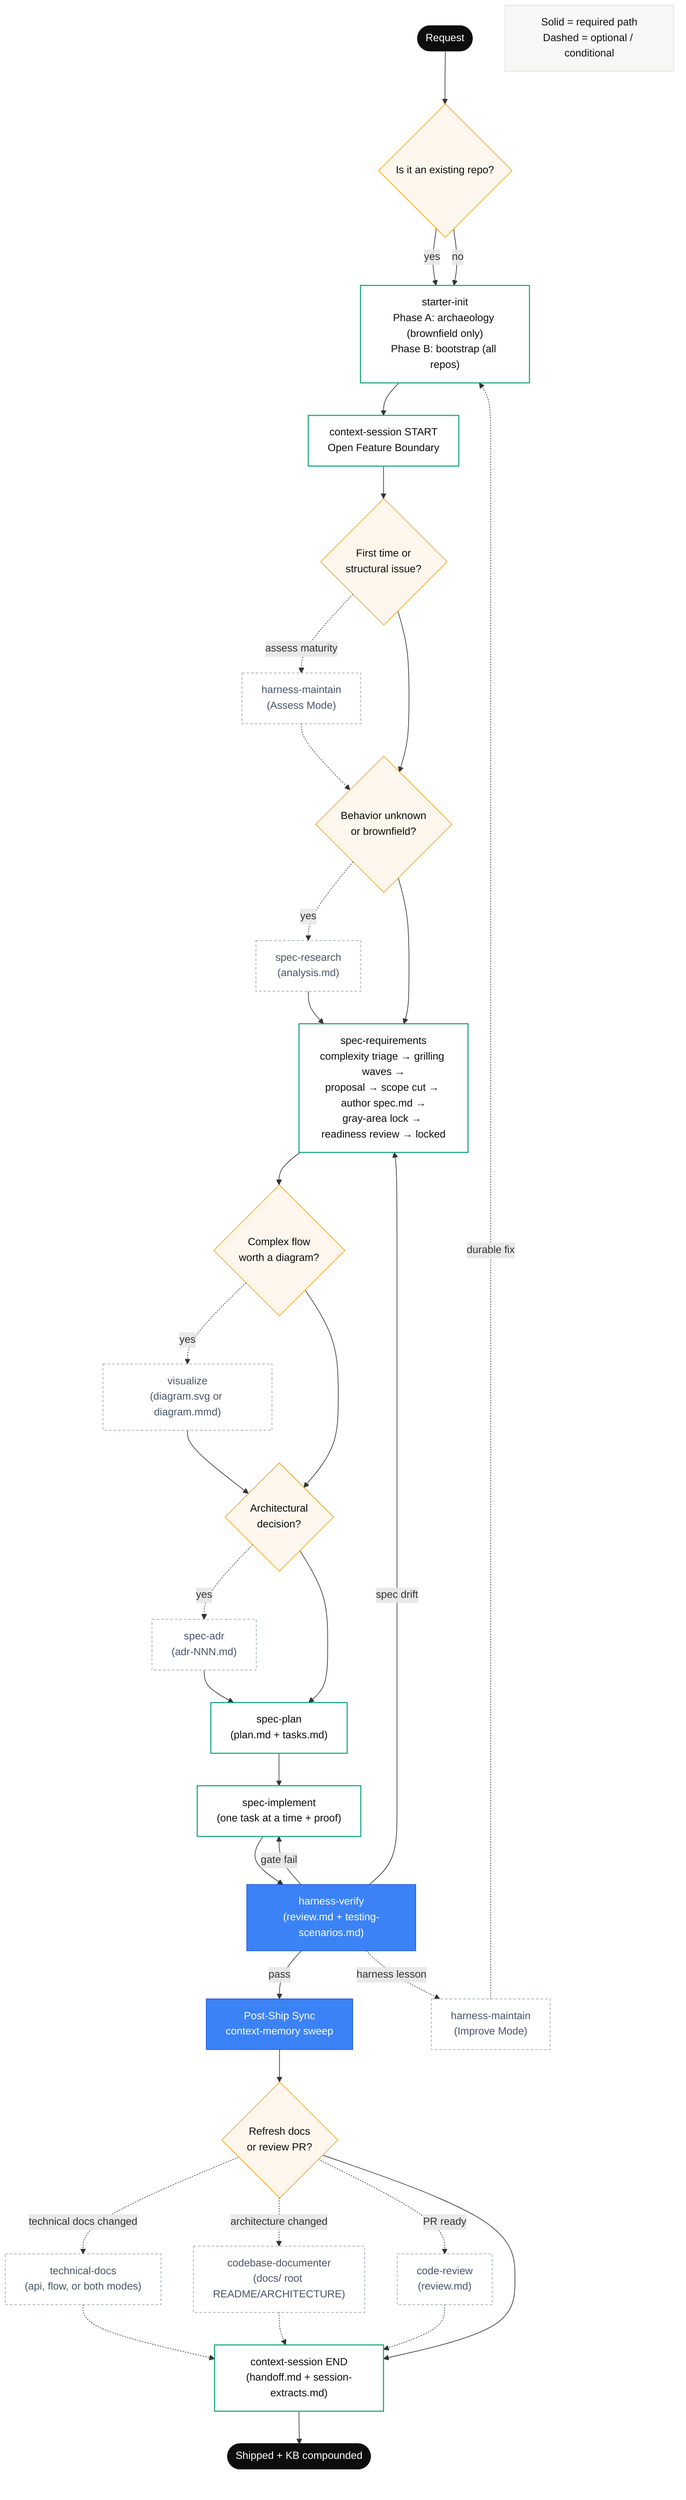
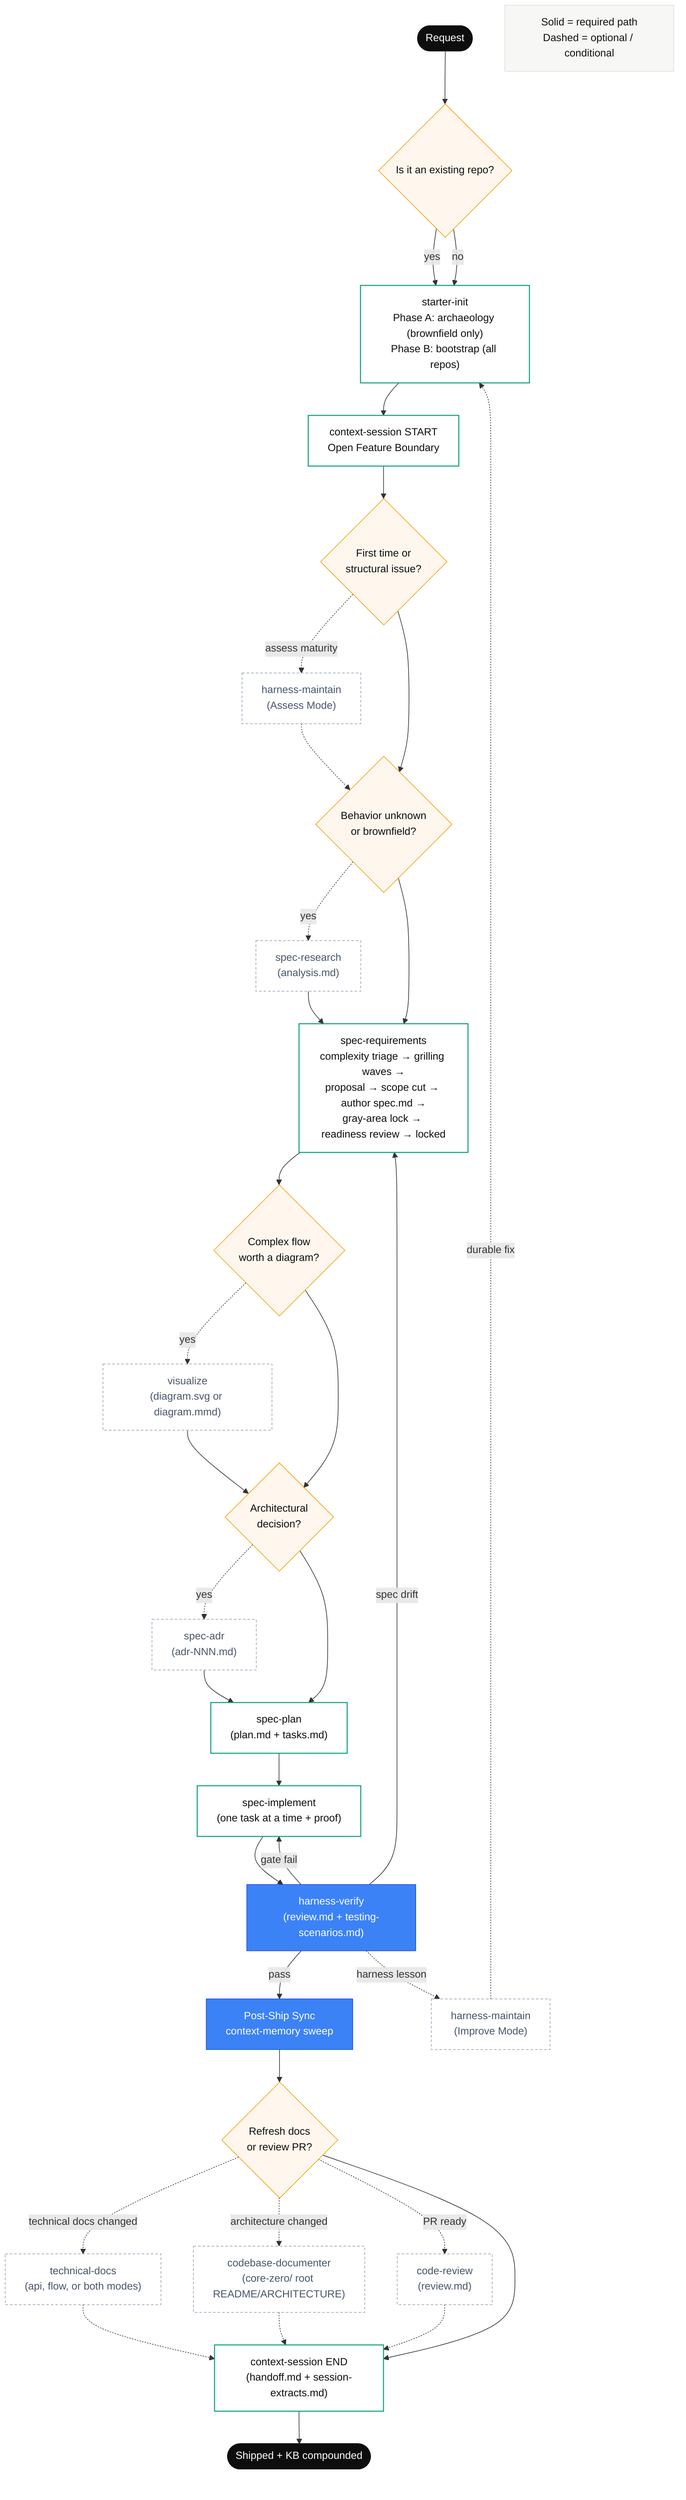
flowchart TD
    %% Full End-to-End Flow — current skill set, required vs optional

    START([Request]) --> EXIST{Is it an existing repo?}
    EXIST -- yes --> INIT
    EXIST -- no --> INIT
    INIT["starter-init<br/>Phase A: archaeology (brownfield only)<br/>Phase B: bootstrap (all repos)"]

    %% Setup phase
    INIT --> SESSION_START[context-session START<br/>Open Feature Boundary]
    SESSION_START --> HARNESS{First time or<br/>structural issue?}
    HARNESS -. assess maturity .-> ASSESS["harness-maintain<br/>(Assess Mode)"]
    ASSESS -.-> NEEDRES
    HARNESS --> NEEDRES{Behavior unknown<br/>or brownfield?}

    %% Investigation phase
    NEEDRES -. yes .-> RES["spec-research<br/>(analysis.md)"]
    RES --> SPEC
    NEEDRES --> SPEC["spec-requirements<br/>complexity triage → grilling waves →<br/>proposal → scope cut → author spec.md →<br/>gray-area lock → readiness review → locked"]

    %% Design phase
    SPEC --> NEEDVIS{Complex flow<br/>worth a diagram?}
    NEEDVIS -. yes .-> VIS["visualize<br/>(diagram.svg or diagram.mmd)"]
    VIS --> NEEDADR
    NEEDVIS --> NEEDADR{Architectural<br/>decision?}
    NEEDADR -. yes .-> ADR["spec-adr<br/>(adr-NNN.md)"]
    ADR --> PLAN
    NEEDADR --> PLAN["spec-plan<br/>(plan.md + tasks.md)"]

    %% Execution phase
    PLAN --> IMPL["spec-implement<br/>(one task at a time + proof)"]
    IMPL --> VERIFY["harness-verify<br/>(review.md + testing-scenarios.md)"]

    VERIFY -- gate fail --> IMPL
    VERIFY -- spec drift --> SPEC
    VERIFY -- pass --> SYNC[Post-Ship Sync<br/>context-memory sweep]

    %% Learning loop
    VERIFY -. harness lesson .-> IMPROVE["harness-maintain<br/>(Improve Mode)"]
    IMPROVE -. durable fix .-> INIT

    %% Documentation and Review phase (optional utility skills)
    SYNC --> NEEDDOCS{Refresh docs<br/>or review PR?}
    NEEDDOCS -. technical docs changed .-> TECHDOC["technical-docs<br/>(api, flow, or both modes)"]
-     NEEDDOCS -. architecture changed .-> CODEDOC["codebase-documenter<br/>(docs/ root README/ARCHITECTURE)"]
+     NEEDDOCS -. architecture changed .-> CODEDOC["codebase-documenter<br/>(core-zero/ root README/ARCHITECTURE)"]
    NEEDDOCS -. PR ready .-> CODEREV["code-review<br/>(review.md)"]
    TECHDOC -.-> ENDS
    CODEDOC -.-> ENDS
    CODEREV -.-> ENDS

    NEEDDOCS --> ENDS["context-session END<br/>(handoff.md + session-extracts.md)"]
    ENDS --> DONE([Shipped + KB compounded])

    %% Legend
    LEGEND["Solid = required path<br/>Dashed = optional / conditional"]:::legend

    classDef terminal fill:#0d0d0d,stroke:#0d0d0d,color:#fff
    classDef core fill:#fff,stroke:#10a37f,color:#0d0d0d,stroke-width:1.6px
    classDef optional fill:#fff,stroke:#94a3b8,color:#475569,stroke-dasharray:4 3
    classDef gate fill:#3b82f6,stroke:#1d4ed8,color:#fff
    classDef decision fill:#fff7ed,stroke:#f59e0b,color:#0d0d0d
    classDef legend fill:#f7f7f5,stroke:#e0e0e0,color:#111

    class START,DONE terminal
    class INIT,SESSION_START,SPEC,PLAN,IMPL,ENDS core
    class ASSESS,RES,VIS,ADR,IMPROVE,TECHDOC,CODEDOC,CODEREV optional
    class VERIFY,SYNC gate
    class HARNESS,EXIST,NEEDRES,NEEDVIS,NEEDADR,NEEDDOCS decision
    class LEGEND legend
